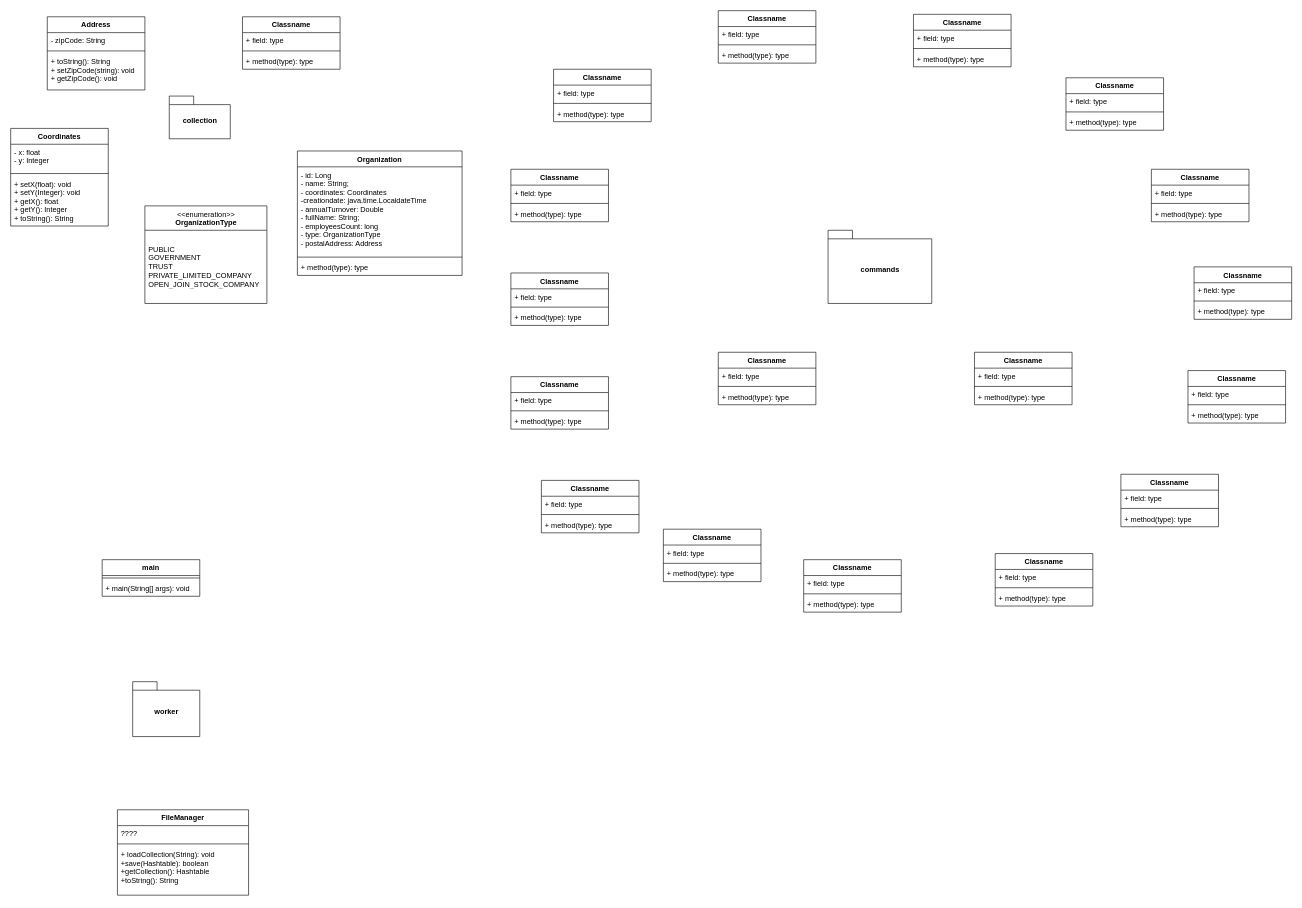
Before: Untitled Diagram.drawio in ElenaTrifonova/programming_lab5, a draw.io diagram. Source tidied: cells renumbered, new cells numbered last; positions are measured from the earlier drawing's top-left corner, leaving out a move shared by most shapes. Both pictures are drawn from the tidied source at 61%, with x=0, y=0 at pixel (10, 10).
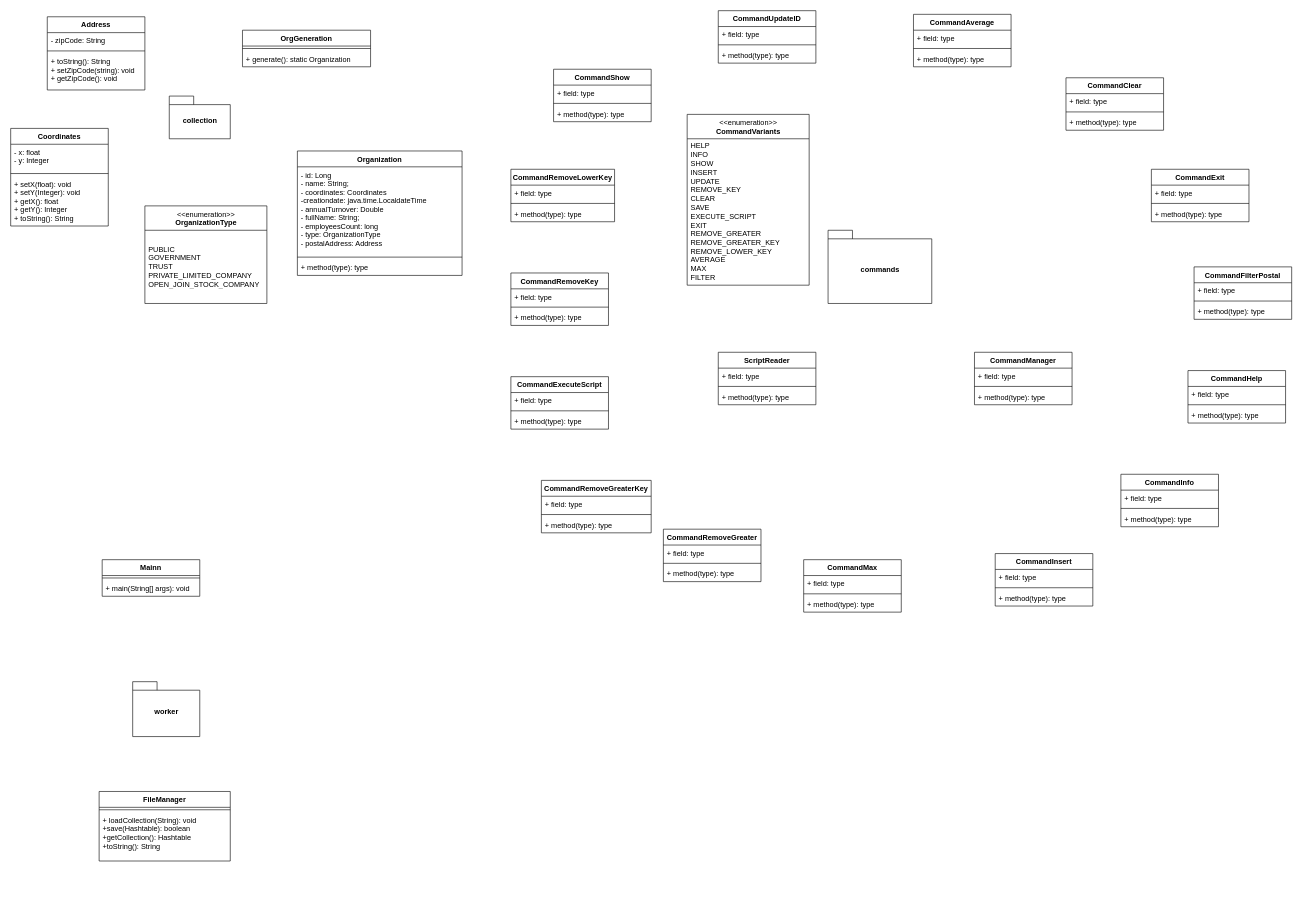
The same page after the edit.

What changed in the source:
```diff
@@
-    <mxCell id="11" value="Classname" style="swimlane;fontStyle=1;align=center;verticalAlign=top;horizontal=1;startSize=26;" parent="1" vertex="1">
-      <mxGeometry x="380" y="10" width="160" height="86" as="geometry" />
+    <mxCell id="11" value="OrgGeneration" style="swimlane;fontStyle=1;align=center;verticalAlign=top;horizontal=1;startSize=26;" parent="1" vertex="1">
+      <mxGeometry x="380" y="32" width="210" height="60" as="geometry" />
     </mxCell>
-    <mxCell id="12" value="+ field: type" style="text;strokeColor=none;fillColor=none;align=left;verticalAlign=top;spacingLeft=4;spacingRight=4;overflow=hidden;" parent="11" vertex="1">
-      <mxGeometry y="26" width="160" height="26" as="geometry" />
-    </mxCell>
     <mxCell id="13" style="line;strokeWidth=1;fillColor=none;align=left;verticalAlign=middle;spacingTop=-1;spacingLeft=3;spacingRight=3;labelPosition=right;" parent="11" vertex="1">
-      <mxGeometry y="52" width="160" height="8" as="geometry" />
+      <mxGeometry y="26" width="210" height="8" as="geometry" />
     </mxCell>
-    <mxCell id="14" value="+ method(type): type" style="text;strokeColor=none;fillColor=none;align=left;verticalAlign=top;spacingLeft=4;spacingRight=4;overflow=hidden;" parent="11" vertex="1">
-      <mxGeometry y="60" width="160" height="26" as="geometry" />
+    <mxCell id="14" value="+ generate(): static Organization" style="text;strokeColor=none;fillColor=none;align=left;verticalAlign=top;spacingLeft=4;spacingRight=4;overflow=hidden;" parent="11" vertex="1">
+      <mxGeometry y="34" width="210" height="26" as="geometry" />
     </mxCell>
@@
-    <mxCell id="20" value="Classname" style="swimlane;fontStyle=1;align=center;verticalAlign=top;horizontal=1;startSize=26;" parent="1" vertex="1">
+    <mxCell id="20" value="CommandUpdateID" style="swimlane;fontStyle=1;align=center;verticalAlign=top;horizontal=1;startSize=26;" parent="1" vertex="1">
       <mxGeometry x="1160" width="160" height="86" as="geometry" />
     </mxCell>
@@
-    <mxCell id="24" value="Classname" style="swimlane;fontStyle=1;align=center;verticalAlign=top;horizontal=1;startSize=26;" parent="1" vertex="1">
+    <mxCell id="24" value="CommandShow" style="swimlane;fontStyle=1;align=center;verticalAlign=top;horizontal=1;startSize=26;" parent="1" vertex="1">
       <mxGeometry x="890" y="96" width="160" height="86" as="geometry" />
     </mxCell>
@@
-    <mxCell id="28" value="Classname" style="swimlane;fontStyle=1;align=center;verticalAlign=top;horizontal=1;startSize=26;" parent="1" vertex="1">
-      <mxGeometry x="820" y="260" width="160" height="86" as="geometry" />
+    <mxCell id="28" value="CommandRemoveLowerKey" style="swimlane;fontStyle=1;align=center;verticalAlign=top;horizontal=1;startSize=26;" parent="1" vertex="1">
+      <mxGeometry x="820" y="260" width="170" height="86" as="geometry" />
     </mxCell>
     <mxCell id="29" value="+ field: type" style="text;strokeColor=none;fillColor=none;align=left;verticalAlign=top;spacingLeft=4;spacingRight=4;overflow=hidden;" parent="28" vertex="1">
-      <mxGeometry y="26" width="160" height="26" as="geometry" />
+      <mxGeometry y="26" width="170" height="26" as="geometry" />
     </mxCell>
     <mxCell id="30" style="line;strokeWidth=1;fillColor=none;align=left;verticalAlign=middle;spacingTop=-1;spacingLeft=3;spacingRight=3;labelPosition=right;" parent="28" vertex="1">
-      <mxGeometry y="52" width="160" height="8" as="geometry" />
+      <mxGeometry y="52" width="170" height="8" as="geometry" />
     </mxCell>
     <mxCell id="31" value="+ method(type): type" style="text;strokeColor=none;fillColor=none;align=left;verticalAlign=top;spacingLeft=4;spacingRight=4;overflow=hidden;" parent="28" vertex="1">
-      <mxGeometry y="60" width="160" height="26" as="geometry" />
+      <mxGeometry y="60" width="170" height="26" as="geometry" />
     </mxCell>
-    <mxCell id="32" value="Classname" style="swimlane;fontStyle=1;align=center;verticalAlign=top;horizontal=1;startSize=26;" parent="1" vertex="1">
+    <mxCell id="32" value="CommandRemoveKey" style="swimlane;fontStyle=1;align=center;verticalAlign=top;horizontal=1;startSize=26;" parent="1" vertex="1">
       <mxGeometry x="820" y="430" width="160" height="86" as="geometry" />
     </mxCell>
@@
-    <mxCell id="36" value="Classname" style="swimlane;fontStyle=1;align=center;verticalAlign=top;horizontal=1;startSize=26;" parent="1" vertex="1">
+    <mxCell id="36" value="CommandExecuteScript" style="swimlane;fontStyle=1;align=center;verticalAlign=top;horizontal=1;startSize=26;" parent="1" vertex="1">
       <mxGeometry x="820" y="600" width="160" height="86" as="geometry" />
     </mxCell>
@@
-    <mxCell id="40" value="Classname" style="swimlane;fontStyle=1;align=center;verticalAlign=top;horizontal=1;startSize=26;" parent="1" vertex="1">
-      <mxGeometry x="870" y="770" width="160" height="86" as="geometry" />
+    <mxCell id="40" value="CommandRemoveGreaterKey" style="swimlane;fontStyle=1;align=center;verticalAlign=top;horizontal=1;startSize=26;" parent="1" vertex="1">
+      <mxGeometry x="870" y="770" width="180" height="86" as="geometry" />
     </mxCell>
     <mxCell id="41" value="+ field: type" style="text;strokeColor=none;fillColor=none;align=left;verticalAlign=top;spacingLeft=4;spacingRight=4;overflow=hidden;" parent="40" vertex="1">
-      <mxGeometry y="26" width="160" height="26" as="geometry" />
+      <mxGeometry y="26" width="180" height="26" as="geometry" />
     </mxCell>
     <mxCell id="42" style="line;strokeWidth=1;fillColor=none;align=left;verticalAlign=middle;spacingTop=-1;spacingLeft=3;spacingRight=3;labelPosition=right;" parent="40" vertex="1">
-      <mxGeometry y="52" width="160" height="8" as="geometry" />
+      <mxGeometry y="52" width="180" height="8" as="geometry" />
     </mxCell>
     <mxCell id="43" value="+ method(type): type" style="text;strokeColor=none;fillColor=none;align=left;verticalAlign=top;spacingLeft=4;spacingRight=4;overflow=hidden;" parent="40" vertex="1">
-      <mxGeometry y="60" width="160" height="26" as="geometry" />
+      <mxGeometry y="60" width="180" height="26" as="geometry" />
     </mxCell>
-    <mxCell id="44" value="Classname" style="swimlane;fontStyle=1;align=center;verticalAlign=top;horizontal=1;startSize=26;" parent="1" vertex="1">
+    <mxCell id="44" value="CommandMax" style="swimlane;fontStyle=1;align=center;verticalAlign=top;horizontal=1;startSize=26;" parent="1" vertex="1">
       <mxGeometry x="1300" y="900" width="160" height="86" as="geometry" />
     </mxCell>
@@
-    <mxCell id="48" value="Classname" style="swimlane;fontStyle=1;align=center;verticalAlign=top;horizontal=1;startSize=26;" parent="1" vertex="1">
+    <mxCell id="48" value="CommandInsert" style="swimlane;fontStyle=1;align=center;verticalAlign=top;horizontal=1;startSize=26;" parent="1" vertex="1">
       <mxGeometry x="1614" y="890" width="160" height="86" as="geometry" />
     </mxCell>
@@
-    <mxCell id="52" value="Classname" style="swimlane;fontStyle=1;align=center;verticalAlign=top;horizontal=1;startSize=26;" parent="1" vertex="1">
+    <mxCell id="52" value="CommandAverage" style="swimlane;fontStyle=1;align=center;verticalAlign=top;horizontal=1;startSize=26;" parent="1" vertex="1">
       <mxGeometry x="1480" y="6" width="160" height="86" as="geometry" />
     </mxCell>
@@
-    <mxCell id="56" value="Classname" style="swimlane;fontStyle=1;align=center;verticalAlign=top;horizontal=1;startSize=26;" parent="1" vertex="1">
+    <mxCell id="56" value="CommandClear" style="swimlane;fontStyle=1;align=center;verticalAlign=top;horizontal=1;startSize=26;" parent="1" vertex="1">
       <mxGeometry x="1730" y="110" width="160" height="86" as="geometry" />
     </mxCell>
@@
-    <mxCell id="60" value="Classname" style="swimlane;fontStyle=1;align=center;verticalAlign=top;horizontal=1;startSize=26;" parent="1" vertex="1">
+    <mxCell id="60" value="CommandExit" style="swimlane;fontStyle=1;align=center;verticalAlign=top;horizontal=1;startSize=26;" parent="1" vertex="1">
       <mxGeometry x="1870" y="260" width="160" height="86" as="geometry" />
     </mxCell>
@@
-    <mxCell id="64" value="Classname" style="swimlane;fontStyle=1;align=center;verticalAlign=top;horizontal=1;startSize=26;" parent="1" vertex="1">
+    <mxCell id="64" value="CommandFilterPostal" style="swimlane;fontStyle=1;align=center;verticalAlign=top;horizontal=1;startSize=26;" parent="1" vertex="1">
       <mxGeometry x="1940" y="420" width="160" height="86" as="geometry" />
     </mxCell>
@@
-    <mxCell id="68" value="Classname" style="swimlane;fontStyle=1;align=center;verticalAlign=top;horizontal=1;startSize=26;" parent="1" vertex="1">
+    <mxCell id="68" value="CommandHelp" style="swimlane;fontStyle=1;align=center;verticalAlign=top;horizontal=1;startSize=26;" parent="1" vertex="1">
       <mxGeometry x="1930" y="590" width="160" height="86" as="geometry" />
     </mxCell>
@@
-    <mxCell id="72" value="Classname" style="swimlane;fontStyle=1;align=center;verticalAlign=top;horizontal=1;startSize=26;" parent="1" vertex="1">
+    <mxCell id="72" value="CommandInfo" style="swimlane;fontStyle=1;align=center;verticalAlign=top;horizontal=1;startSize=26;" parent="1" vertex="1">
       <mxGeometry x="1820" y="760" width="160" height="86" as="geometry" />
     </mxCell>
@@
-    <mxCell id="76" value="Classname" style="swimlane;fontStyle=1;align=center;verticalAlign=top;horizontal=1;startSize=26;" parent="1" vertex="1">
+    <mxCell id="76" value="CommandRemoveGreater" style="swimlane;fontStyle=1;align=center;verticalAlign=top;horizontal=1;startSize=26;" parent="1" vertex="1">
       <mxGeometry x="1070" y="850" width="160" height="86" as="geometry" />
     </mxCell>
@@
-    <mxCell id="80" value="Classname" style="swimlane;fontStyle=1;align=center;verticalAlign=top;horizontal=1;startSize=26;" parent="1" vertex="1">
+    <mxCell id="80" value="ScriptReader" style="swimlane;fontStyle=1;align=center;verticalAlign=top;horizontal=1;startSize=26;" parent="1" vertex="1">
       <mxGeometry x="1160" y="560" width="160" height="86" as="geometry" />
     </mxCell>
@@
-    <mxCell id="84" value="Classname" style="swimlane;fontStyle=1;align=center;verticalAlign=top;horizontal=1;startSize=26;" parent="1" vertex="1">
+    <mxCell id="84" value="CommandManager" style="swimlane;fontStyle=1;align=center;verticalAlign=top;horizontal=1;startSize=26;" parent="1" vertex="1">
       <mxGeometry x="1580" y="560" width="160" height="86" as="geometry" />
     </mxCell>
@@
-    <mxCell id="88" value="main" style="swimlane;fontStyle=1;align=center;verticalAlign=top;horizontal=1;startSize=26;" parent="1" vertex="1">
+    <mxCell id="88" value="Mainn" style="swimlane;fontStyle=1;align=center;verticalAlign=top;horizontal=1;startSize=26;" parent="1" vertex="1">
       <mxGeometry x="150" y="900" width="160" height="60" as="geometry" />
     </mxCell>
@@
     <mxCell id="92" value="FileManager" style="swimlane;fontStyle=1;align=center;verticalAlign=top;horizontal=1;startSize=26;" parent="1" vertex="1">
-      <mxGeometry x="175" y="1310" width="215" height="140" as="geometry" />
+      <mxGeometry x="145" y="1280" width="215" height="114" as="geometry" />
     </mxCell>
-    <mxCell id="93" value="????" style="text;strokeColor=none;fillColor=none;align=left;verticalAlign=top;spacingLeft=4;spacingRight=4;overflow=hidden;" parent="92" vertex="1">
-      <mxGeometry y="26" width="215" height="26" as="geometry" />
-    </mxCell>
     <mxCell id="94" style="line;strokeWidth=1;fillColor=none;align=left;verticalAlign=middle;spacingTop=-1;spacingLeft=3;spacingRight=3;labelPosition=right;" parent="92" vertex="1">
-      <mxGeometry y="52" width="215" height="8" as="geometry" />
+      <mxGeometry y="26" width="215" height="8" as="geometry" />
     </mxCell>
     <mxCell id="95" value="+ loadCollection(String): void&#10;+save(Hashtable): boolean&#10;+getCollection(): Hashtable&#10;+toString(): String&#10;&#10; " style="text;strokeColor=none;fillColor=none;align=left;verticalAlign=top;spacingLeft=4;spacingRight=4;overflow=hidden;" parent="92" vertex="1">
-      <mxGeometry y="60" width="215" height="80" as="geometry" />
+      <mxGeometry y="34" width="215" height="80" as="geometry" />
     </mxCell>
@@
+    <mxCell id="98" value="&amp;lt;&amp;lt;enumeration&amp;gt;&amp;gt;&lt;br&gt;&lt;b&gt;CommandVariants&lt;/b&gt;" style="swimlane;fontStyle=0;align=center;verticalAlign=top;horizontal=1;startSize=40;html=1;" parent="1" vertex="1">
+      <mxGeometry x="1109" y="170" width="200" height="280" as="geometry" />
+    </mxCell>
+    <mxCell id="99" value="HELP&lt;br&gt;INFO&lt;br&gt;SHOW&lt;br&gt;INSERT&lt;br&gt;UPDATE&lt;br&gt;REMOVE_KEY&lt;br&gt;CLEAR&lt;br&gt;SAVE&lt;br&gt;EXECUTE_SCRIPT&lt;br&gt;EXIT&lt;br&gt;REMOVE_GREATER&lt;br&gt;REMOVE_GREATER_KEY&lt;br&gt;REMOVE_LOWER_KEY&lt;br&gt;AVERAGE&lt;br&gt;MAX&lt;br&gt;FILTER" style="text;html=1;strokeColor=none;fillColor=none;align=left;verticalAlign=middle;spacingLeft=4;spacingRight=4;overflow=hidden;" parent="98" vertex="1">
+      <mxGeometry y="40" width="200" height="240" as="geometry" />
+    </mxCell>
```
